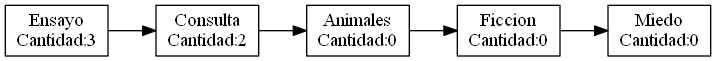
XiomRB/EDD_1S2020_PY2_201500332 keeps this Graphviz diagram as reportes/CategoriasPreOrden.png. Above is the earlier version. Its source is kept beside it as reportes/CategoriasPreOrden.dot. The source it was exported from:
```dot
digraph g{
rankdir = LR;
node[shape=box];
"Ensayo\nCantidad:3" -> "Consulta\nCantidad:2" -> "Animales\nCantidad:0" -> "Ficcion\nCantidad:0" -> "Miedo\nCantidad:0";
}
```
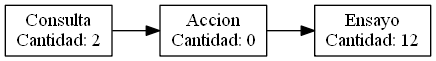
Later version of the same file.

Change to the diagram source:
```diff
@@ -1,5 +1,5 @@
 digraph g{
 rankdir = LR;
 node[shape=box];
-"Ensayo\nCantidad:3" -> "Consulta\nCantidad:2" -> "Animales\nCantidad:0" -> "Ficcion\nCantidad:0" -> "Miedo\nCantidad:0";
+"Consulta\nCantidad: 2" -> "Accion\nCantidad: 0" -> "Ensayo\nCantidad: 12";
 }
```
